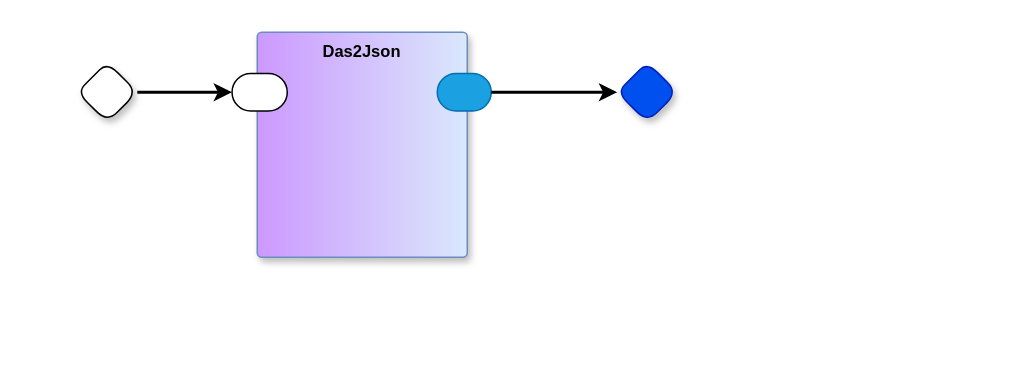
Above: page "main" (1 of 2) of das2json-swib.drawio in guitarvydas/das2json (draw.io), before the change. Source tidied: cells renumbered, new cells numbered last; positions are measured from the earlier drawing's top-left corner, leaving out a move shared by most shapes. Both pictures are drawn from the tidied source at 150%, with x=0, y=0 at pixel (76, 32).
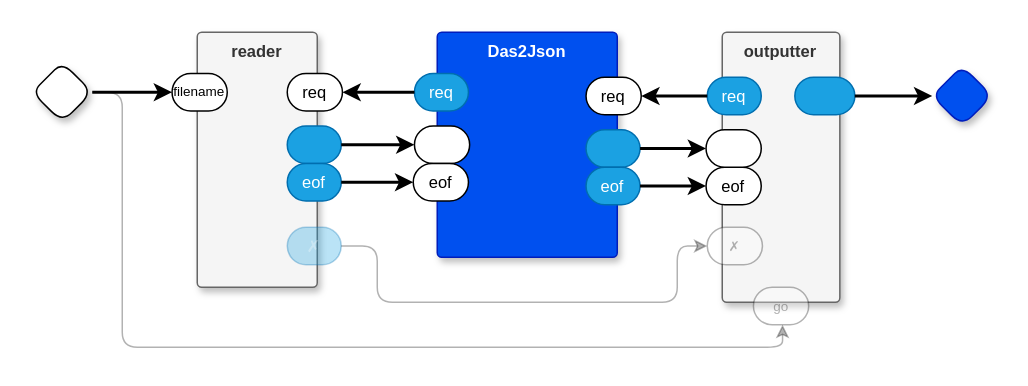
The same page after the edit.

Commit message (it also covers changes not shown here):
reader through outputter on test.txt

What changed in the source:
```diff
@@
-    <mxCell id="2" value="Das2Json" style="rounded=1;whiteSpace=wrap;html=1;verticalAlign=top;arcSize=6;fontStyle=1;absoluteArcSize=1;shadow=1;strokeColor=#6c8ebf;fillColor=#dae8fc;fontFamily=Helvetica;fontSize=11;gradientColor=#CC99FF;fontColor=default;gradientDirection=west;" parent="1" vertex="1">
-      <mxGeometry x="120" width="140" height="150" as="geometry" />
+    <mxCell id="2" value="reader" style="rounded=1;whiteSpace=wrap;verticalAlign=top;arcSize=6;fontStyle=1;absoluteArcSize=1;shadow=1;fontFamily=Helvetica;fontSize=11;gradientDirection=west;fillColor=#f5f5f5;fontColor=#333333;strokeColor=#666666;" parent="1" vertex="1">
+      <mxGeometry x="80" width="80" height="170" as="geometry" />
     </mxCell>
-    <mxCell id="3" style="rounded=1;whiteSpace=wrap;html=1;sketch=0;points=[[0,0.5,0,0,0],[1,0.5,0,0,0]];arcSize=50;fontFamily=Helvetica;fontSize=11;fontColor=default;" parent="2" vertex="1">
+    <mxCell id="3" value="filename" style="rounded=1;whiteSpace=wrap;sketch=0;points=[[0,0.5,0,0,0],[1,0.5,0,0,0]];arcSize=50;fontFamily=Helvetica;fontSize=9;fontColor=default;" parent="2" vertex="1">
       <mxGeometry x="-16.8" y="27.5" width="36.8" height="25" as="geometry" />
     </mxCell>
+    <mxCell id="9" value="req" style="rounded=1;whiteSpace=wrap;sketch=0;points=[[0,0.5,0,0,0],[1,0.5,0,0,0]];arcSize=50;fontFamily=Helvetica;fontSize=11;fontColor=default;" parent="2" vertex="1">
+      <mxGeometry x="60" y="27.5" width="36.8" height="25" as="geometry" />
+    </mxCell>
-    <mxCell id="4" style="rounded=1;whiteSpace=wrap;html=1;sketch=0;points=[[0,0.5,0,0,0],[1,0.5,0,0,0]];fillColor=#1ba1e2;fontColor=#ffffff;strokeColor=#006EAF;arcSize=50;fontFamily=Helvetica;fontSize=11;" parent="2" vertex="1">
-      <mxGeometry x="120" y="27.5" width="36" height="25" as="geometry" />
+    <mxCell id="4" style="rounded=1;whiteSpace=wrap;sketch=0;points=[[0,0.5,0,0,0],[1,0.5,0,0,0]];fillColor=#1ba1e2;fontColor=#ffffff;strokeColor=#006EAF;arcSize=50;fontFamily=Helvetica;fontSize=11;" parent="2" vertex="1">
+      <mxGeometry x="60" y="62.5" width="36" height="25" as="geometry" />
     </mxCell>
+    <mxCell id="10" value="eof" style="rounded=1;whiteSpace=wrap;sketch=0;points=[[0,0.5,0,0,0],[1,0.5,0,0,0]];fillColor=#1ba1e2;fontColor=#ffffff;strokeColor=#006EAF;arcSize=50;fontFamily=Helvetica;fontSize=11;" parent="2" vertex="1">
+      <mxGeometry x="60" y="87.5" width="36" height="25" as="geometry" />
+    </mxCell>
+    <mxCell id="11" value="✗" style="rounded=1;whiteSpace=wrap;sketch=0;points=[[0,0.5,0,0,0],[1,0.5,0,0,0]];fillColor=#1ba1e2;fontColor=#ffffff;strokeColor=#006EAF;arcSize=50;fontFamily=Helvetica;fontSize=11;opacity=30;textOpacity=30;" parent="2" vertex="1">
+      <mxGeometry x="60" y="130" width="36" height="25" as="geometry" />
+    </mxCell>
-    <mxCell id="5" style="rhombus;whiteSpace=wrap;html=1;rounded=1;fontStyle=1;glass=0;sketch=0;fontSize=12;points=[[0,0.5,0,0,0],[0.5,0,0,0,0],[0.5,1,0,0,0],[1,0.5,0,0,0]];shadow=1;fontFamily=Helvetica;fontColor=default;" parent="1" vertex="1">
-      <mxGeometry y="20" width="40" height="40" as="geometry" />
+    <mxCell id="5" style="rhombus;whiteSpace=wrap;rounded=1;fontStyle=1;glass=0;sketch=0;fontSize=12;points=[[0,0.5,0,0,0],[0.5,0,0,0,0],[0.5,1,0,0,0],[1,0.5,0,0,0]];shadow=1;fontFamily=Helvetica;fontColor=default;" parent="1" vertex="1">
+      <mxGeometry x="-30" y="20" width="40" height="40" as="geometry" />
     </mxCell>
-    <mxCell id="6" style="edgeStyle=orthogonalEdgeStyle;rounded=1;jettySize=auto;html=1;entryX=0;entryY=0.5;entryDx=0;entryDy=0;entryPerimeter=0;curved=0;strokeWidth=2;" parent="1" edge="1" source="5" target="3">
+    <mxCell id="6" style="edgeStyle=orthogonalEdgeStyle;rounded=1;jettySize=auto;entryX=0;entryY=0.5;entryDx=0;entryDy=0;entryPerimeter=0;curved=0;strokeWidth=2;" parent="1" edge="1" source="5" target="3">
       <mxGeometry relative="1" as="geometry" />
     </mxCell>
-    <mxCell id="7" style="rhombus;whiteSpace=wrap;html=1;rounded=1;fontStyle=1;glass=0;sketch=0;fontSize=12;points=[[0,0.5,0,0,0],[0.5,0,0,0,0],[0.5,1,0,0,0],[1,0.5,0,0,0]];shadow=1;fillColor=#0050ef;fontColor=#ffffff;strokeColor=#001DBC;fontFamily=Helvetica;" parent="1" vertex="1">
-      <mxGeometry x="360" y="20" width="40" height="40" as="geometry" />
+    <mxCell id="7" style="rhombus;whiteSpace=wrap;rounded=1;fontStyle=1;glass=0;sketch=0;fontSize=12;points=[[0,0.5,0,0,0],[0.5,0,0,0,0],[0.5,1,0,0,0],[1,0.5,0,0,0]];shadow=1;fillColor=#0050ef;fontColor=#ffffff;strokeColor=#001DBC;fontFamily=Helvetica;" parent="1" vertex="1">
+      <mxGeometry x="570" y="22.5" width="40" height="40" as="geometry" />
     </mxCell>
-    <mxCell id="8" style="edgeStyle=orthogonalEdgeStyle;curved=0;rounded=1;jettySize=auto;html=1;exitX=1;exitY=0.5;exitDx=0;exitDy=0;exitPerimeter=0;entryX=0;entryY=0.5;entryDx=0;entryDy=0;entryPerimeter=0;strokeColor=default;align=center;verticalAlign=middle;fontFamily=Helvetica;fontSize=11;fontColor=default;labelBackgroundColor=default;endArrow=classic;strokeWidth=2;" parent="1" edge="1" source="4" target="7">
-      <mxGeometry relative="1" as="geometry" />
-    </mxCell>
+    <mxCell id="12" value="outputter" style="rounded=1;whiteSpace=wrap;verticalAlign=top;arcSize=6;fontStyle=1;absoluteArcSize=1;shadow=1;fontFamily=Helvetica;fontSize=11;gradientDirection=west;fillColor=#f5f5f5;fontColor=#333333;strokeColor=#666666;" parent="1" vertex="1">
+      <mxGeometry x="430" width="78.4" height="180" as="geometry" />
+    </mxCell>
+    <mxCell id="13" value="req" style="rounded=1;whiteSpace=wrap;sketch=0;points=[[0,0.5,0,0,0],[1,0.5,0,0,0]];fillColor=#1ba1e2;fontColor=#ffffff;strokeColor=#006EAF;arcSize=50;fontFamily=Helvetica;fontSize=11;" parent="12" vertex="1">
+      <mxGeometry x="-10" y="30" width="36" height="25" as="geometry" />
+    </mxCell>
+    <mxCell id="14" style="rounded=1;whiteSpace=wrap;sketch=0;points=[[0,0.5,0,0,0],[1,0.5,0,0,0]];fillColor=#1ba1e2;fontColor=#ffffff;strokeColor=#006EAF;arcSize=50;fontFamily=Helvetica;fontSize=11;" parent="12" vertex="1">
+      <mxGeometry x="48.4" y="30" width="40" height="25" as="geometry" />
+    </mxCell>
+    <mxCell id="15" value="eof" style="rounded=1;whiteSpace=wrap;sketch=0;points=[[0,0.5,0,0,0],[1,0.5,0,0,0]];arcSize=50;fontFamily=Helvetica;fontSize=11;fontColor=default;" parent="12" vertex="1">
+      <mxGeometry x="-10.8" y="90" width="36.8" height="25" as="geometry" />
+    </mxCell>
+    <mxCell id="16" style="rounded=1;whiteSpace=wrap;sketch=0;points=[[0,0.5,0,0,0],[1,0.5,0,0,0]];arcSize=50;fontFamily=Helvetica;fontSize=11;fontColor=default;" parent="12" vertex="1">
+      <mxGeometry x="-10.8" y="65" width="36.8" height="25" as="geometry" />
+    </mxCell>
+    <mxCell id="17" value="✗" style="rounded=1;whiteSpace=wrap;sketch=0;points=[[0,0.5,0,0,0],[1,0.5,0,0,0]];arcSize=50;fontFamily=Helvetica;fontSize=9;fontColor=default;textOpacity=30;opacity=30;" parent="12" vertex="1">
+      <mxGeometry x="-10" y="130" width="36.8" height="25" as="geometry" />
+    </mxCell>
+    <mxCell id="18" value="go" style="rounded=1;whiteSpace=wrap;sketch=0;points=[[0,0.5,0,0,0],[1,0.5,0,0,0]];arcSize=50;fontFamily=Helvetica;fontSize=9;fontColor=default;textOpacity=30;opacity=30;" parent="12" vertex="1">
+      <mxGeometry x="20.8" y="170" width="36.8" height="25" as="geometry" />
+    </mxCell>
+    <mxCell id="19" style="edgeStyle=orthogonalEdgeStyle;curved=0;rounded=1;jettySize=auto;exitX=1;exitY=0.5;exitDx=0;exitDy=0;exitPerimeter=0;entryX=0;entryY=0.5;entryDx=0;entryDy=0;entryPerimeter=0;strokeColor=default;strokeWidth=2;align=center;verticalAlign=middle;fontFamily=Helvetica;fontSize=11;fontColor=default;labelBackgroundColor=default;endArrow=classic;" parent="1" edge="1" source="14" target="7">
+      <mxGeometry relative="1" as="geometry" />
+    </mxCell>
+    <mxCell id="20" style="edgeStyle=orthogonalEdgeStyle;curved=0;rounded=1;jettySize=auto;exitX=1;exitY=0.5;exitDx=0;exitDy=0;exitPerimeter=0;entryX=0.527;entryY=1;entryDx=0;entryDy=0;entryPerimeter=0;strokeColor=default;strokeWidth=1;align=center;verticalAlign=middle;fontFamily=Helvetica;fontSize=11;fontColor=default;labelBackgroundColor=default;endArrow=classic;opacity=30;" parent="1" edge="1" source="5" target="18">
+      <mxGeometry relative="1" as="geometry">
+        <Array as="points">
+          <mxPoint x="30" y="40" />
+          <mxPoint x="30" y="210" />
+          <mxPoint x="470" y="210" />
+        </Array>
+      </mxGeometry>
+    </mxCell>
+    <mxCell id="21" value="Das2Json" style="rounded=1;whiteSpace=wrap;verticalAlign=top;arcSize=6;fontStyle=1;absoluteArcSize=1;shadow=1;strokeColor=#001DBC;fillColor=#0050ef;fontFamily=Helvetica;fontSize=11;fontColor=#ffffff;gradientDirection=west;" parent="1" vertex="1">
+      <mxGeometry x="240" width="120" height="150" as="geometry" />
+    </mxCell>
+    <mxCell id="22" value="req" style="rounded=1;whiteSpace=wrap;sketch=0;points=[[0,0.5,0,0,0],[1,0.5,0,0,0]];arcSize=50;fontFamily=Helvetica;fontSize=11;fontColor=default;" parent="21" vertex="1">
+      <mxGeometry x="99.2" y="30" width="36.8" height="25" as="geometry" />
+    </mxCell>
+    <mxCell id="23" style="rounded=1;whiteSpace=wrap;sketch=0;points=[[0,0.5,0,0,0],[1,0.5,0,0,0]];arcSize=50;fontFamily=Helvetica;fontSize=11;fontColor=default;" parent="21" vertex="1">
+      <mxGeometry x="-15.2" y="62.5" width="36.8" height="25" as="geometry" />
+    </mxCell>
+    <mxCell id="24" value="req" style="rounded=1;whiteSpace=wrap;sketch=0;points=[[0,0.5,0,0,0],[1,0.5,0,0,0]];fillColor=#1ba1e2;fontColor=#ffffff;strokeColor=#006EAF;arcSize=50;fontFamily=Helvetica;fontSize=11;" parent="21" vertex="1">
+      <mxGeometry x="-15.2" y="27.5" width="36" height="25" as="geometry" />
+    </mxCell>
+    <mxCell id="25" value="eof" style="rounded=1;whiteSpace=wrap;sketch=0;points=[[0,0.5,0,0,0],[1,0.5,0,0,0]];arcSize=50;fontFamily=Helvetica;fontSize=11;fontColor=default;" parent="21" vertex="1">
+      <mxGeometry x="-16" y="87.5" width="36.8" height="25" as="geometry" />
+    </mxCell>
+    <mxCell id="26" style="rounded=1;whiteSpace=wrap;sketch=0;points=[[0,0.5,0,0,0],[1,0.5,0,0,0]];fillColor=#1ba1e2;fontColor=#ffffff;strokeColor=#006EAF;arcSize=50;fontFamily=Helvetica;fontSize=11;" parent="21" vertex="1">
+      <mxGeometry x="99.2" y="65" width="36" height="25" as="geometry" />
+    </mxCell>
+    <mxCell id="27" value="eof" style="rounded=1;whiteSpace=wrap;sketch=0;points=[[0,0.5,0,0,0],[1,0.5,0,0,0]];fillColor=#1ba1e2;fontColor=#ffffff;strokeColor=#006EAF;arcSize=50;fontFamily=Helvetica;fontSize=11;" parent="21" vertex="1">
+      <mxGeometry x="99.2" y="90" width="36" height="25" as="geometry" />
+    </mxCell>
+    <mxCell id="28" style="edgeStyle=orthogonalEdgeStyle;curved=0;rounded=1;jettySize=auto;exitX=0;exitY=0.5;exitDx=0;exitDy=0;exitPerimeter=0;entryX=1;entryY=0.5;entryDx=0;entryDy=0;entryPerimeter=0;strokeColor=default;strokeWidth=2;align=center;verticalAlign=middle;fontFamily=Helvetica;fontSize=11;fontColor=default;labelBackgroundColor=default;endArrow=classic;" parent="1" edge="1" source="13" target="22">
+      <mxGeometry relative="1" as="geometry" />
+    </mxCell>
+    <mxCell id="29" style="edgeStyle=orthogonalEdgeStyle;curved=0;rounded=1;jettySize=auto;exitX=1;exitY=0.5;exitDx=0;exitDy=0;exitPerimeter=0;entryX=0;entryY=0.5;entryDx=0;entryDy=0;entryPerimeter=0;strokeColor=default;strokeWidth=2;align=center;verticalAlign=middle;fontFamily=Helvetica;fontSize=11;fontColor=default;labelBackgroundColor=default;endArrow=classic;" parent="1" edge="1" source="26" target="16">
+      <mxGeometry relative="1" as="geometry" />
+    </mxCell>
+    <mxCell id="30" style="edgeStyle=orthogonalEdgeStyle;curved=0;rounded=1;jettySize=auto;exitX=1;exitY=0.5;exitDx=0;exitDy=0;exitPerimeter=0;strokeColor=default;strokeWidth=2;align=center;verticalAlign=middle;fontFamily=Helvetica;fontSize=11;fontColor=default;labelBackgroundColor=default;endArrow=classic;" parent="1" edge="1" source="4" target="23">
+      <mxGeometry relative="1" as="geometry" />
+    </mxCell>
+    <mxCell id="31" style="edgeStyle=orthogonalEdgeStyle;rounded=1;jettySize=auto;exitX=0;exitY=0.5;exitDx=0;exitDy=0;exitPerimeter=0;curved=0;strokeWidth=2;" parent="1" edge="1" source="24" target="9">
+      <mxGeometry relative="1" as="geometry" />
+    </mxCell>
+    <mxCell id="32" style="edgeStyle=orthogonalEdgeStyle;curved=0;rounded=1;jettySize=auto;exitX=1;exitY=0.5;exitDx=0;exitDy=0;exitPerimeter=0;entryX=0;entryY=0.5;entryDx=0;entryDy=0;entryPerimeter=0;strokeColor=default;strokeWidth=2;align=center;verticalAlign=middle;fontFamily=Helvetica;fontSize=11;fontColor=default;labelBackgroundColor=default;endArrow=classic;" parent="1" edge="1" source="10" target="25">
+      <mxGeometry relative="1" as="geometry" />
+    </mxCell>
+    <mxCell id="33" style="edgeStyle=orthogonalEdgeStyle;curved=0;rounded=1;jettySize=auto;exitX=1;exitY=0.5;exitDx=0;exitDy=0;exitPerimeter=0;entryX=0;entryY=0.5;entryDx=0;entryDy=0;entryPerimeter=0;strokeColor=default;strokeWidth=2;align=center;verticalAlign=middle;fontFamily=Helvetica;fontSize=11;fontColor=default;labelBackgroundColor=default;endArrow=classic;" parent="1" edge="1" source="27" target="15">
+      <mxGeometry relative="1" as="geometry" />
+    </mxCell>
+    <mxCell id="34" style="edgeStyle=orthogonalEdgeStyle;curved=0;rounded=1;jettySize=auto;exitX=1;exitY=0.5;exitDx=0;exitDy=0;exitPerimeter=0;entryX=0;entryY=0.5;entryDx=0;entryDy=0;entryPerimeter=0;strokeColor=default;strokeWidth=1;align=center;verticalAlign=middle;fontFamily=Helvetica;fontSize=11;fontColor=default;labelBackgroundColor=default;endArrow=classic;opacity=30;" parent="1" edge="1" source="11" target="17">
+      <mxGeometry relative="1" as="geometry">
+        <Array as="points">
+          <mxPoint x="200" y="143" />
+          <mxPoint x="200" y="180" />
+          <mxPoint x="400" y="180" />
+          <mxPoint x="400" y="143" />
+        </Array>
+      </mxGeometry>
+    </mxCell>
```
